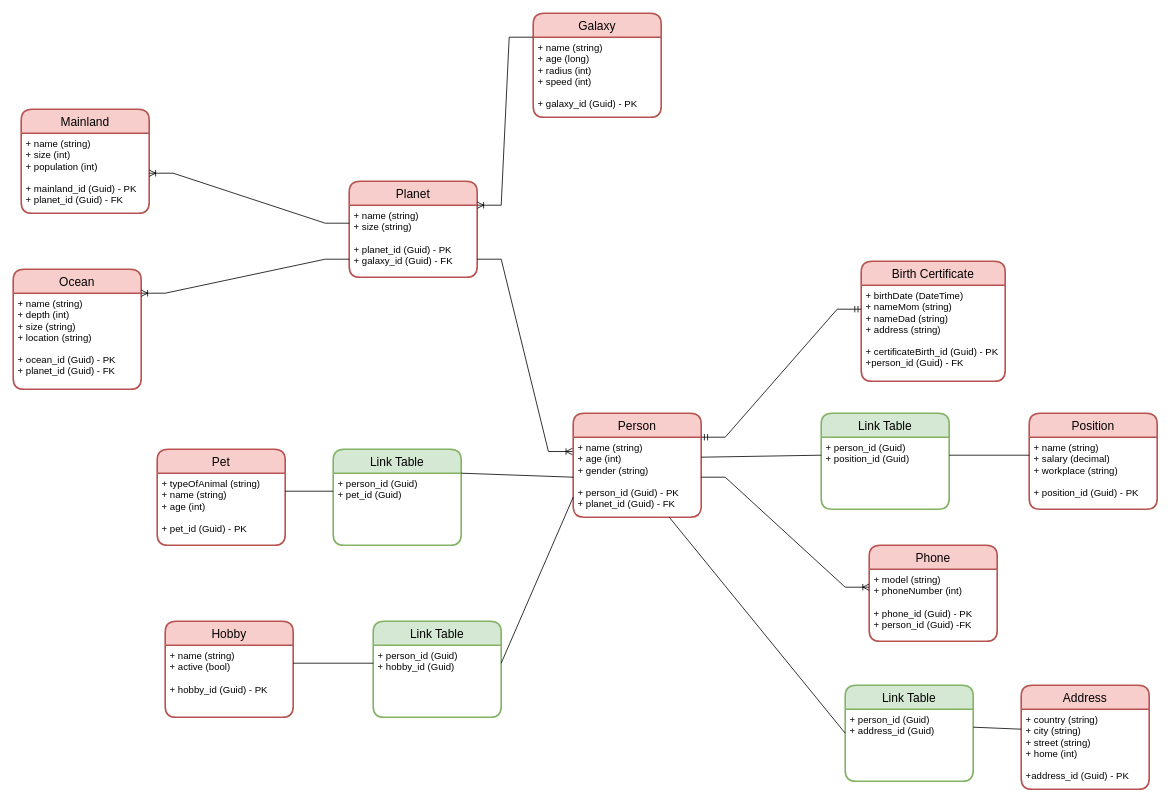
Earlier version of the draw.io diagram HW_10.11/DB(HW_10.11).drawio (DaryaZablotskay/TeachMeSkills). Source tidied: cells renumbered, new cells numbered last; positions are measured from the earlier drawing's top-left corner, leaving out a move shared by most shapes. Both pictures are drawn from the tidied source at 80%, with x=0, y=0 at pixel (13, 13).
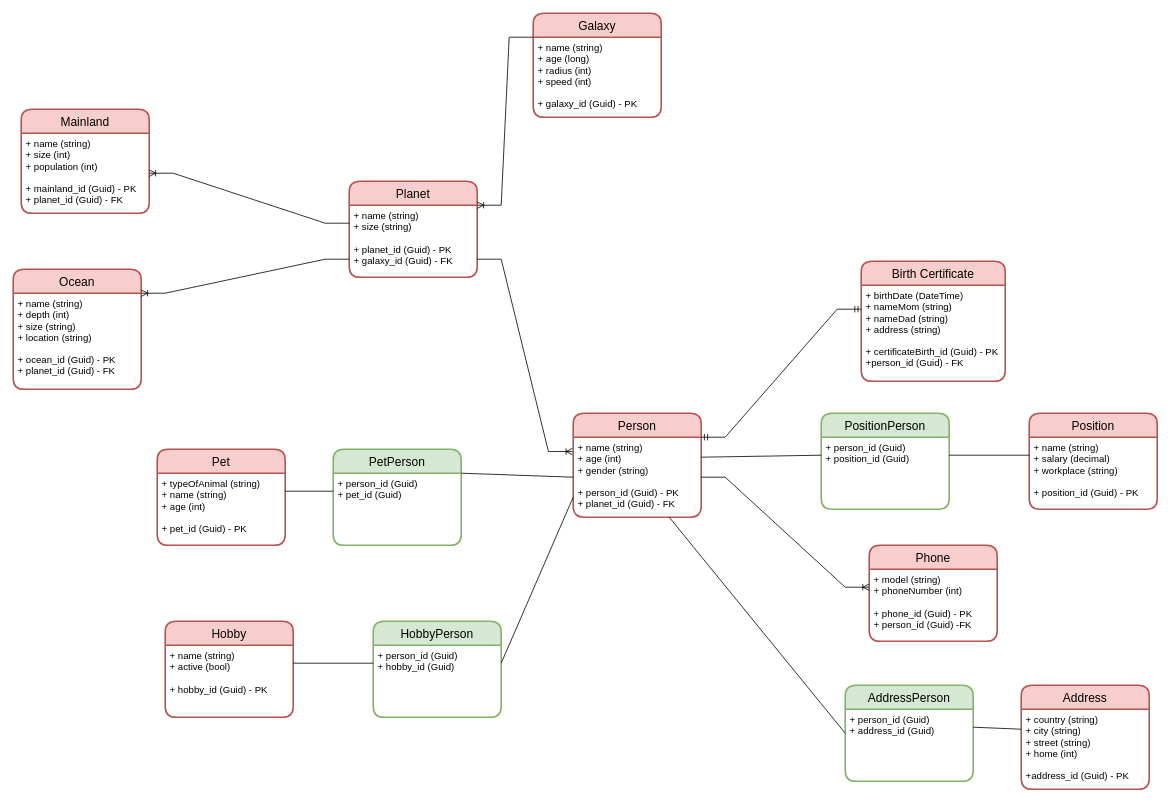
After the change.

Diff of the diagram source:
```diff
@@
-    <mxCell id="30" value="Link Table" style="swimlane;horizontal=1;startSize=30;rounded=1;fontSize=15;fontStyle=0;strokeWidth=2;shadow=0;dashed=0;align=center;fillColor=#d5e8d4;strokeColor=#82b366;" parent="1" vertex="1">
+    <mxCell id="30" value="PetPerson" style="swimlane;horizontal=1;startSize=30;rounded=1;fontSize=15;fontStyle=0;strokeWidth=2;shadow=0;dashed=0;align=center;fillColor=#d5e8d4;strokeColor=#82b366;" parent="1" vertex="1">
       <mxGeometry x="400" y="545" width="160" height="120" as="geometry" />
     </mxCell>
@@
-    <mxCell id="34" value="Link Table" style="swimlane;horizontal=1;startSize=30;rounded=1;fontSize=15;fontStyle=0;strokeWidth=2;shadow=0;dashed=0;align=center;fillColor=#d5e8d4;strokeColor=#82b366;" parent="1" vertex="1">
+    <mxCell id="34" value="PositionPerson" style="swimlane;horizontal=1;startSize=30;rounded=1;fontSize=15;fontStyle=0;strokeWidth=2;shadow=0;dashed=0;align=center;fillColor=#d5e8d4;strokeColor=#82b366;" parent="1" vertex="1">
       <mxGeometry x="1010" y="500" width="160" height="120" as="geometry" />
     </mxCell>
@@
-    <mxCell id="38" value="Link Table" style="swimlane;horizontal=1;startSize=30;rounded=1;fontSize=15;fontStyle=0;strokeWidth=2;shadow=0;dashed=0;align=center;fillColor=#d5e8d4;strokeColor=#82b366;" parent="1" vertex="1">
+    <mxCell id="38" value="AddressPerson" style="swimlane;horizontal=1;startSize=30;rounded=1;fontSize=15;fontStyle=0;strokeWidth=2;shadow=0;dashed=0;align=center;fillColor=#d5e8d4;strokeColor=#82b366;" parent="1" vertex="1">
       <mxGeometry x="1040" y="840" width="160" height="120" as="geometry" />
     </mxCell>
@@
-    <mxCell id="42" value="Link Table" style="swimlane;horizontal=1;startSize=30;rounded=1;fontSize=15;fontStyle=0;strokeWidth=2;shadow=0;dashed=0;align=center;fillColor=#d5e8d4;strokeColor=#82b366;" parent="1" vertex="1">
+    <mxCell id="42" value="HobbyPerson" style="swimlane;horizontal=1;startSize=30;rounded=1;fontSize=15;fontStyle=0;strokeWidth=2;shadow=0;dashed=0;align=center;fillColor=#d5e8d4;strokeColor=#82b366;" parent="1" vertex="1">
       <mxGeometry x="450" y="760" width="160" height="120" as="geometry" />
     </mxCell>
```
